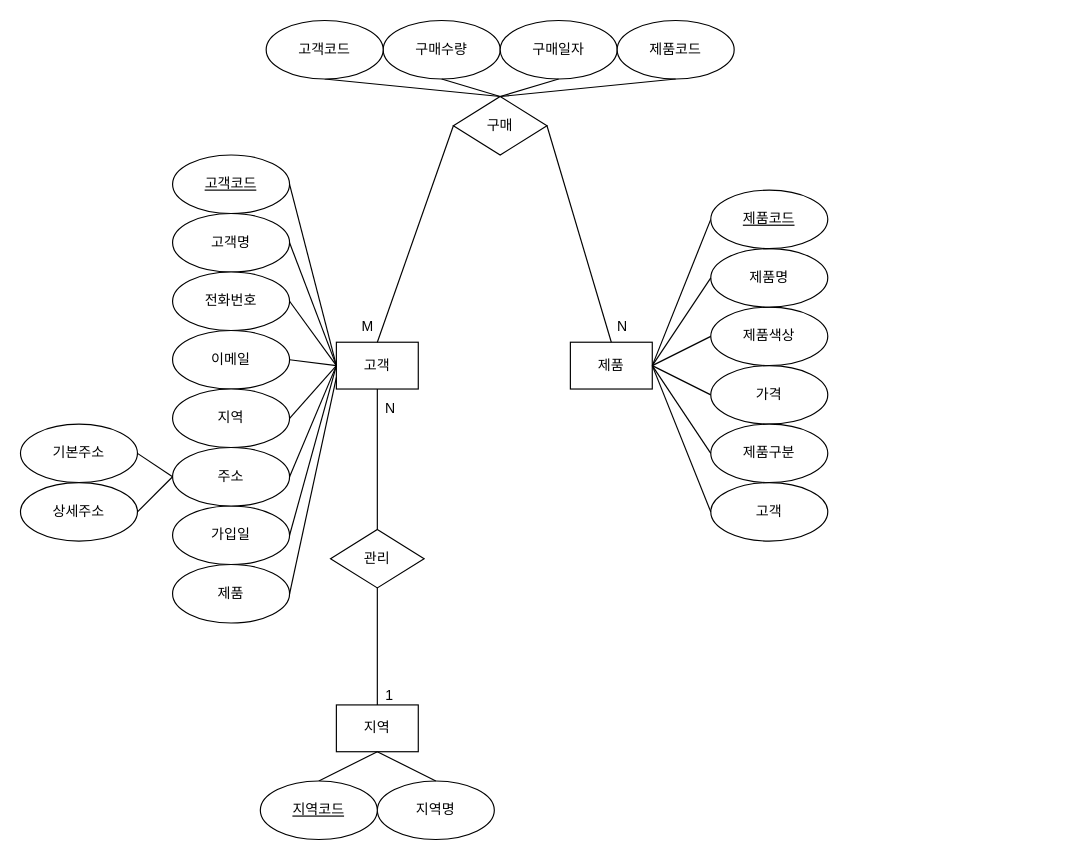
Above: product.drawio in Eehnodu/DBStudy (draw.io), before the change. Source tidied: cells renumbered, new cells numbered last; positions are measured from the earlier drawing's top-left corner, leaving out a move shared by most shapes. Both pictures are drawn from the tidied source at 117%, with x=0, y=0 at pixel (20, 20).
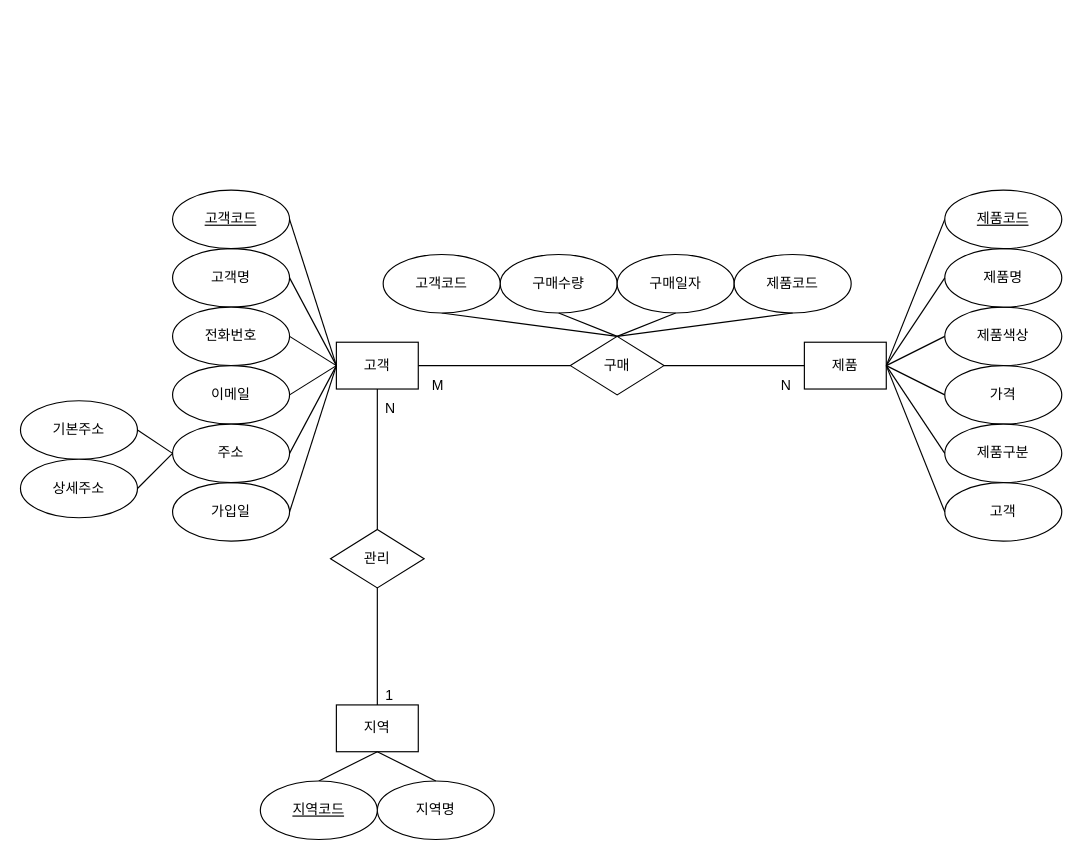
The same diagram, later.

Unchanged cells that the change refers to:
```xml
<mxCell id="2" value="고객" style="rounded=0;whiteSpace=wrap;html=1;" parent="1" vertex="1">
  <mxGeometry x="270" y="275" width="70" height="40" as="geometry" />
</mxCell>
```

What changed in the source:
```diff
@@
     <mxCell id="3" value="제품" style="rounded=0;whiteSpace=wrap;html=1;" parent="1" vertex="1">
-      <mxGeometry x="470" y="275" width="70" height="40" as="geometry" />
+      <mxGeometry x="670" y="275" width="70" height="40" as="geometry" />
     </mxCell>
@@
     <mxCell id="6" value="고객명" style="ellipse;whiteSpace=wrap;html=1;" parent="1" vertex="1">
-      <mxGeometry x="130" y="165" width="100" height="50" as="geometry" />
+      <mxGeometry x="130" y="195" width="100" height="50" as="geometry" />
     </mxCell>
     <mxCell id="7" value="전화번호" style="ellipse;whiteSpace=wrap;html=1;" parent="1" vertex="1">
-      <mxGeometry x="130" y="215" width="100" height="50" as="geometry" />
+      <mxGeometry x="130" y="245" width="100" height="50" as="geometry" />
     </mxCell>
     <mxCell id="8" value="이메일" style="ellipse;whiteSpace=wrap;html=1;" parent="1" vertex="1">
-      <mxGeometry x="130" y="265" width="100" height="50" as="geometry" />
+      <mxGeometry x="130" y="295" width="100" height="50" as="geometry" />
     </mxCell>
-    <mxCell id="9" value="지역" style="ellipse;whiteSpace=wrap;html=1;" parent="1" vertex="1">
-      <mxGeometry x="130" y="315" width="100" height="50" as="geometry" />
-    </mxCell>
     <mxCell id="10" value="기본주소" style="ellipse;whiteSpace=wrap;html=1;" parent="1" vertex="1">
-      <mxGeometry y="345" width="100" height="50" as="geometry" />
+      <mxGeometry y="325" width="100" height="50" as="geometry" />
     </mxCell>
     <mxCell id="11" value="가입일" style="ellipse;whiteSpace=wrap;html=1;" parent="1" vertex="1">
-      <mxGeometry x="130" y="415" width="100" height="50" as="geometry" />
+      <mxGeometry x="130" y="395" width="100" height="50" as="geometry" />
     </mxCell>
     <mxCell id="12" value="구매수량" style="ellipse;whiteSpace=wrap;html=1;" parent="1" vertex="1">
-      <mxGeometry x="310" width="100" height="50" as="geometry" />
+      <mxGeometry x="410" y="200" width="100" height="50" as="geometry" />
     </mxCell>
     <mxCell id="13" value="구매일자" style="ellipse;whiteSpace=wrap;html=1;" parent="1" vertex="1">
-      <mxGeometry x="410" width="100" height="50" as="geometry" />
+      <mxGeometry x="510" y="200" width="100" height="50" as="geometry" />
     </mxCell>
     <mxCell id="14" value="제품색상" style="ellipse;whiteSpace=wrap;html=1;" parent="1" vertex="1">
-      <mxGeometry x="590" y="245" width="100" height="50" as="geometry" />
+      <mxGeometry x="790" y="245" width="100" height="50" as="geometry" />
     </mxCell>
     <mxCell id="15" value="가격" style="ellipse;whiteSpace=wrap;html=1;" parent="1" vertex="1">
-      <mxGeometry x="590" y="295" width="100" height="50" as="geometry" />
+      <mxGeometry x="790" y="295" width="100" height="50" as="geometry" />
     </mxCell>
     <mxCell id="16" value="구매" style="rhombus;whiteSpace=wrap;html=1;" parent="1" vertex="1">
-      <mxGeometry x="370" y="65" width="80" height="50" as="geometry" />
+      <mxGeometry x="470" y="270" width="80" height="50" as="geometry" />
     </mxCell>
     <mxCell id="17" value="제품명" style="ellipse;whiteSpace=wrap;html=1;" parent="1" vertex="1">
-      <mxGeometry x="590" y="195" width="100" height="50" as="geometry" />
+      <mxGeometry x="790" y="195" width="100" height="50" as="geometry" />
     </mxCell>
@@
-    <mxCell id="24" style="endArrow=none;html=1;rounded=0;exitX=1;exitY=0.5;exitDx=0;exitDy=0;entryX=0;entryY=0.5;entryDx=0;entryDy=0;" parent="1" edge="1" source="9" target="2">
-      <mxGeometry relative="1" as="geometry" />
-    </mxCell>
@@
     <mxCell id="34" value="상세주소" style="ellipse;whiteSpace=wrap;html=1;" parent="1" vertex="1">
-      <mxGeometry y="395" width="100" height="50" as="geometry" />
+      <mxGeometry y="375" width="100" height="50" as="geometry" />
     </mxCell>
@@
     <mxCell id="38" value="제품코드" style="ellipse;whiteSpace=wrap;html=1;" parent="1" vertex="1">
-      <mxGeometry x="510" width="100" height="50" as="geometry" />
+      <mxGeometry x="610" y="200" width="100" height="50" as="geometry" />
     </mxCell>
@@
     <mxCell id="41" value="고객코드" style="ellipse;whiteSpace=wrap;html=1;align=center;fontStyle=4;" parent="1" vertex="1">
-      <mxGeometry x="130" y="115" width="100" height="50" as="geometry" />
+      <mxGeometry x="130" y="145" width="100" height="50" as="geometry" />
     </mxCell>
@@
     <mxCell id="43" value="제품코드" style="ellipse;whiteSpace=wrap;html=1;align=center;fontStyle=4;" parent="1" vertex="1">
-      <mxGeometry x="590" y="145" width="100" height="50" as="geometry" />
+      <mxGeometry x="790" y="145" width="100" height="50" as="geometry" />
     </mxCell>
     <mxCell id="44" value="고객코드" style="ellipse;whiteSpace=wrap;html=1;" parent="1" vertex="1">
-      <mxGeometry x="210" width="100" height="50" as="geometry" />
+      <mxGeometry x="310" y="200" width="100" height="50" as="geometry" />
     </mxCell>
     <mxCell id="45" value="주소" style="ellipse;whiteSpace=wrap;html=1;" parent="1" vertex="1">
-      <mxGeometry x="130" y="365" width="100" height="50" as="geometry" />
+      <mxGeometry x="130" y="345" width="100" height="50" as="geometry" />
     </mxCell>
-    <mxCell id="46" style="endArrow=none;html=1;rounded=0;entryX=0.5;entryY=0;entryDx=0;entryDy=0;exitX=0;exitY=0.5;exitDx=0;exitDy=0;" parent="1" edge="1" source="16" target="2">
+    <mxCell id="46" style="endArrow=none;html=1;rounded=0;entryX=1;entryY=0.5;entryDx=0;entryDy=0;exitX=0;exitY=0.5;exitDx=0;exitDy=0;" parent="1" edge="1" source="16" target="2">
       <mxGeometry relative="1" as="geometry" />
     </mxCell>
     <mxCell id="47" value="M" style="html=1;whiteSpace=wrap;align=left;verticalAlign=bottom;" parent="46" vertex="1">
       <mxGeometry x="-1" relative="1" as="geometry">
-        <mxPoint x="-80" y="180" as="offset" />
+        <mxPoint x="-120" y="25" as="offset" />
       </mxGeometry>
     </mxCell>
-    <mxCell id="48" style="endArrow=none;html=1;rounded=0;entryX=1;entryY=0.5;entryDx=0;entryDy=0;exitX=0.5;exitY=0;exitDx=0;exitDy=0;" parent="1" edge="1" source="3" target="16">
+    <mxCell id="48" style="endArrow=none;html=1;rounded=0;entryX=1;entryY=0.5;entryDx=0;entryDy=0;exitX=0;exitY=0.5;exitDx=0;exitDy=0;" parent="1" edge="1" source="3" target="16">
       <mxGeometry relative="1" as="geometry" />
     </mxCell>
     <mxCell id="49" value="N" style="html=1;whiteSpace=wrap;align=right;verticalAlign=bottom;" parent="48" vertex="1">
       <mxGeometry x="1" relative="1" as="geometry">
-        <mxPoint x="70" y="180" as="offset" />
+        <mxPoint x="110" y="25" as="offset" />
       </mxGeometry>
     </mxCell>
-    <mxCell id="50" value="제품" style="ellipse;whiteSpace=wrap;html=1;" parent="1" vertex="1">
-      <mxGeometry x="130" y="465" width="100" height="50" as="geometry" />
-    </mxCell>
-    <mxCell id="51" style="endArrow=none;html=1;rounded=0;exitX=1;exitY=0.5;exitDx=0;exitDy=0;entryX=0;entryY=0.75;entryDx=0;entryDy=0;" parent="1" edge="1" source="50" target="2">
-      <mxGeometry relative="1" as="geometry" />
-    </mxCell>
@@
     <mxCell id="55" value="제품구분" style="ellipse;whiteSpace=wrap;html=1;" parent="1" vertex="1">
-      <mxGeometry x="590" y="345" width="100" height="50" as="geometry" />
+      <mxGeometry x="790" y="345" width="100" height="50" as="geometry" />
     </mxCell>
     <mxCell id="56" value="고객" style="ellipse;whiteSpace=wrap;html=1;" parent="1" vertex="1">
-      <mxGeometry x="590" y="395" width="100" height="50" as="geometry" />
+      <mxGeometry x="790" y="395" width="100" height="50" as="geometry" />
     </mxCell>
```
